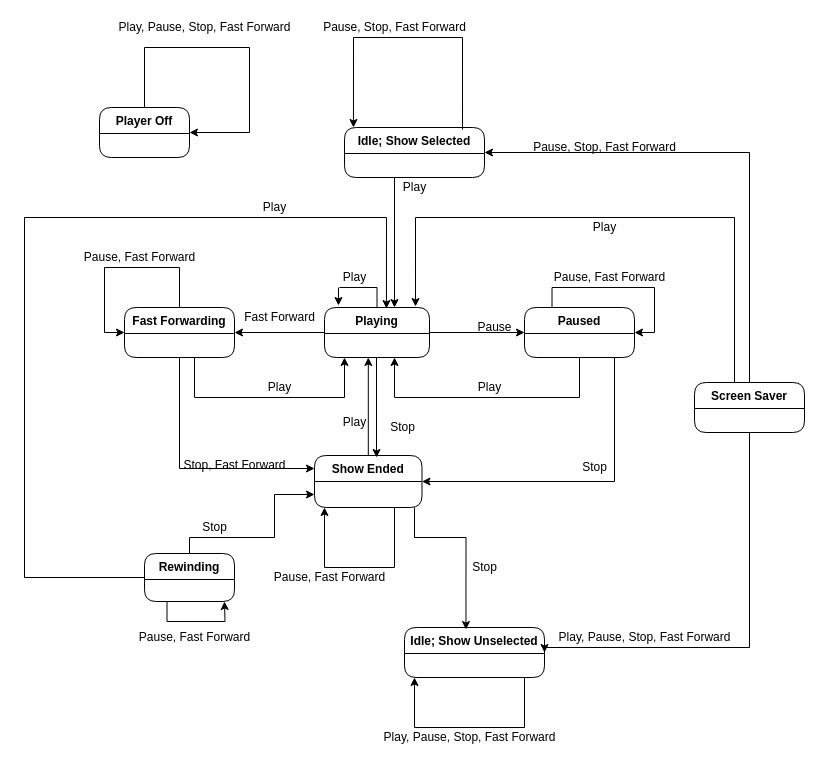
The draw.io diagram Documents/StateTransitionDiagram.drawio in JosephJackels/ICS372GP2, before the edit. Source tidied: cells renumbered, new cells numbered last; positions are measured from the earlier drawing's top-left corner, leaving out a move shared by most shapes. Both pictures are drawn from the tidied source at 100%, with x=0, y=0 at pixel (24, 17).
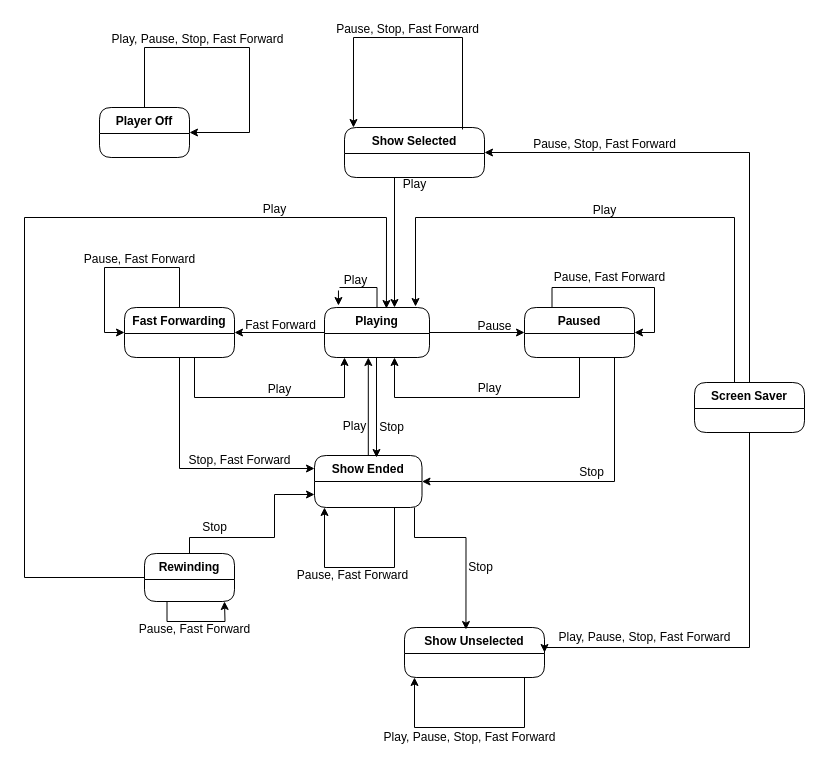
After the change.

Commit message (it also covers changes not shown here):
Added FSM diagram to word

Change to the diagram source:
```diff
@@
-    <mxCell id="18" value="Idle; Show Unselected" style="swimlane;fontStyle=1;horizontal=1;startSize=26;fillColor=none;shadow=0;comic=0;strokeWidth=1;rounded=1;swimlaneLine=1;" parent="1" vertex="1">
+    <mxCell id="18" value="Show Unselected" style="swimlane;fontStyle=1;horizontal=1;startSize=26;fillColor=none;shadow=0;comic=0;strokeWidth=1;rounded=1;swimlaneLine=1;" parent="1" vertex="1">
       <mxGeometry x="380" y="610" width="140" height="50" as="geometry" />
     </mxCell>
@@
-    <mxCell id="20" value="Idle; Show Selected" style="swimlane;fontStyle=1;horizontal=1;startSize=26;fillColor=none;shadow=0;comic=0;strokeWidth=1;rounded=1;swimlaneLine=1;" parent="1" vertex="1">
+    <mxCell id="20" value="Show Selected" style="swimlane;fontStyle=1;horizontal=1;startSize=26;fillColor=none;shadow=0;comic=0;strokeWidth=1;rounded=1;swimlaneLine=1;" parent="1" vertex="1">
       <mxGeometry x="320" y="110" width="140" height="50" as="geometry" />
     </mxCell>
@@
     <mxCell id="29" value="Pause" style="text;html=1;align=center;verticalAlign=middle;strokeColor=none;fillColor=none;" parent="1" vertex="1">
-      <mxGeometry x="445" y="300" width="50" height="20" as="geometry" />
+      <mxGeometry x="445" y="299" width="50" height="20" as="geometry" />
     </mxCell>
     <mxCell id="30" value="&lt;div&gt;Stop&lt;/div&gt;" style="text;html=1;align=center;verticalAlign=middle;strokeColor=none;fillColor=none;" parent="1" vertex="1">
-      <mxGeometry x="357.5" y="400" width="40" height="20" as="geometry" />
+      <mxGeometry x="346.5" y="400" width="40" height="20" as="geometry" />
     </mxCell>
     <mxCell id="31" value="&lt;div&gt;Stop&lt;/div&gt;" style="text;html=1;align=center;verticalAlign=middle;strokeColor=none;fillColor=none;" parent="1" vertex="1">
-      <mxGeometry x="550" y="440" width="40" height="20" as="geometry" />
+      <mxGeometry x="547" y="445" width="40" height="20" as="geometry" />
     </mxCell>
     <mxCell id="32" value="&lt;div&gt;Stop&lt;/div&gt;" style="text;html=1;align=center;verticalAlign=middle;strokeColor=none;fillColor=none;" parent="1" vertex="1">
-      <mxGeometry x="440" y="540" width="40" height="20" as="geometry" />
+      <mxGeometry x="436" y="540" width="40" height="20" as="geometry" />
     </mxCell>
     <mxCell id="33" value="&lt;div&gt;Fast Forward&lt;/div&gt;" style="text;html=1;align=center;verticalAlign=middle;strokeColor=none;fillColor=none;" parent="1" vertex="1">
-      <mxGeometry x="210" y="290" width="90" height="20" as="geometry" />
+      <mxGeometry x="211" y="298" width="90" height="20" as="geometry" />
     </mxCell>
     <mxCell id="34" value="&lt;div&gt;Stop, Fast Forward&lt;br&gt;&lt;/div&gt;" style="text;html=1;align=center;verticalAlign=middle;strokeColor=none;fillColor=none;" parent="1" vertex="1">
-      <mxGeometry x="150" y="438" width="120" height="20" as="geometry" />
+      <mxGeometry x="155" y="433" width="120" height="20" as="geometry" />
     </mxCell>
     <mxCell id="35" value="Pause, Stop, Fast Forward" style="text;html=1;align=center;verticalAlign=middle;strokeColor=none;fillColor=none;" parent="1" vertex="1">
-      <mxGeometry x="500" y="120" width="160" height="20" as="geometry" />
+      <mxGeometry x="500" y="117" width="160" height="20" as="geometry" />
     </mxCell>
@@
     <mxCell id="37" value="&lt;div&gt;Play&lt;/div&gt;" style="text;html=1;align=center;verticalAlign=middle;strokeColor=none;fillColor=none;" parent="1" vertex="1">
-      <mxGeometry x="445" y="360" width="40" height="20" as="geometry" />
+      <mxGeometry x="445" y="361" width="40" height="20" as="geometry" />
     </mxCell>
     <mxCell id="38" value="&lt;div&gt;Play&lt;/div&gt;" style="text;html=1;align=center;verticalAlign=middle;strokeColor=none;fillColor=none;" parent="1" vertex="1">
-      <mxGeometry x="235" y="360" width="40" height="20" as="geometry" />
+      <mxGeometry x="235" y="362" width="40" height="20" as="geometry" />
     </mxCell>
     <mxCell id="39" value="&lt;div&gt;Play&lt;/div&gt;" style="text;html=1;align=center;verticalAlign=middle;strokeColor=none;fillColor=none;" parent="1" vertex="1">
-      <mxGeometry x="310" y="395" width="40" height="20" as="geometry" />
+      <mxGeometry x="310" y="399" width="40" height="20" as="geometry" />
     </mxCell>
     <mxCell id="40" value="&lt;div&gt;Play&lt;/div&gt;" style="text;html=1;align=center;verticalAlign=middle;strokeColor=none;fillColor=none;" parent="1" vertex="1">
-      <mxGeometry x="560" y="200" width="40" height="20" as="geometry" />
+      <mxGeometry x="560" y="183" width="40" height="20" as="geometry" />
     </mxCell>
@@
     <mxCell id="44" value="Pause, Fast Forward" style="text;html=1;align=center;verticalAlign=middle;strokeColor=none;fillColor=none;" parent="1" vertex="1">
-      <mxGeometry x="50" y="230" width="130" height="20" as="geometry" />
+      <mxGeometry x="50" y="232" width="130" height="20" as="geometry" />
     </mxCell>
     <mxCell id="45" value="Pause, Fast Forward" style="text;html=1;align=center;verticalAlign=middle;strokeColor=none;fillColor=none;" parent="1" vertex="1">
-      <mxGeometry x="240" y="550" width="130" height="20" as="geometry" />
+      <mxGeometry x="263" y="548" width="130" height="20" as="geometry" />
     </mxCell>
@@
     <mxCell id="47" value="&lt;div&gt;Play&lt;/div&gt;" style="text;html=1;align=center;verticalAlign=middle;strokeColor=none;fillColor=none;" parent="1" vertex="1">
-      <mxGeometry x="370" y="160" width="40" height="20" as="geometry" />
+      <mxGeometry x="370" y="157" width="40" height="20" as="geometry" />
     </mxCell>
     <mxCell id="48" value="&lt;div&gt;Play&lt;/div&gt;" style="text;html=1;align=center;verticalAlign=middle;points=[];strokeColor=none;fillColor=none;" parent="1" vertex="1">
-      <mxGeometry x="310" y="250" width="40" height="20" as="geometry" />
+      <mxGeometry x="311" y="253" width="40" height="20" as="geometry" />
     </mxCell>
@@
     <mxCell id="51" value="Play, Pause, Stop, Fast Forward" style="text;html=1;align=center;verticalAlign=middle;strokeColor=none;fillColor=none;" parent="1" vertex="1">
-      <mxGeometry x="85" width="190" height="20" as="geometry" />
+      <mxGeometry x="78" y="12" width="190" height="20" as="geometry" />
     </mxCell>
@@
     <mxCell id="53" value="Pause, Stop, Fast Forward" style="text;html=1;align=center;verticalAlign=middle;strokeColor=none;fillColor=none;" parent="1" vertex="1">
-      <mxGeometry x="290" width="160" height="20" as="geometry" />
+      <mxGeometry x="303" y="2" width="160" height="20" as="geometry" />
     </mxCell>
@@
     <mxCell id="55" value="&lt;div&gt;Play&lt;/div&gt;" style="text;html=1;align=center;verticalAlign=middle;strokeColor=none;fillColor=none;" parent="1" vertex="1">
-      <mxGeometry x="230" y="180" width="40" height="20" as="geometry" />
+      <mxGeometry x="230" y="182" width="40" height="20" as="geometry" />
     </mxCell>
@@
     <mxCell id="57" value="&lt;div&gt;Pause, Fast Forward&lt;/div&gt;" style="text;html=1;align=center;verticalAlign=middle;strokeColor=none;fillColor=none;" parent="1" vertex="1">
-      <mxGeometry x="105" y="610" width="130" height="20" as="geometry" />
+      <mxGeometry x="105" y="602" width="130" height="20" as="geometry" />
     </mxCell>
```
